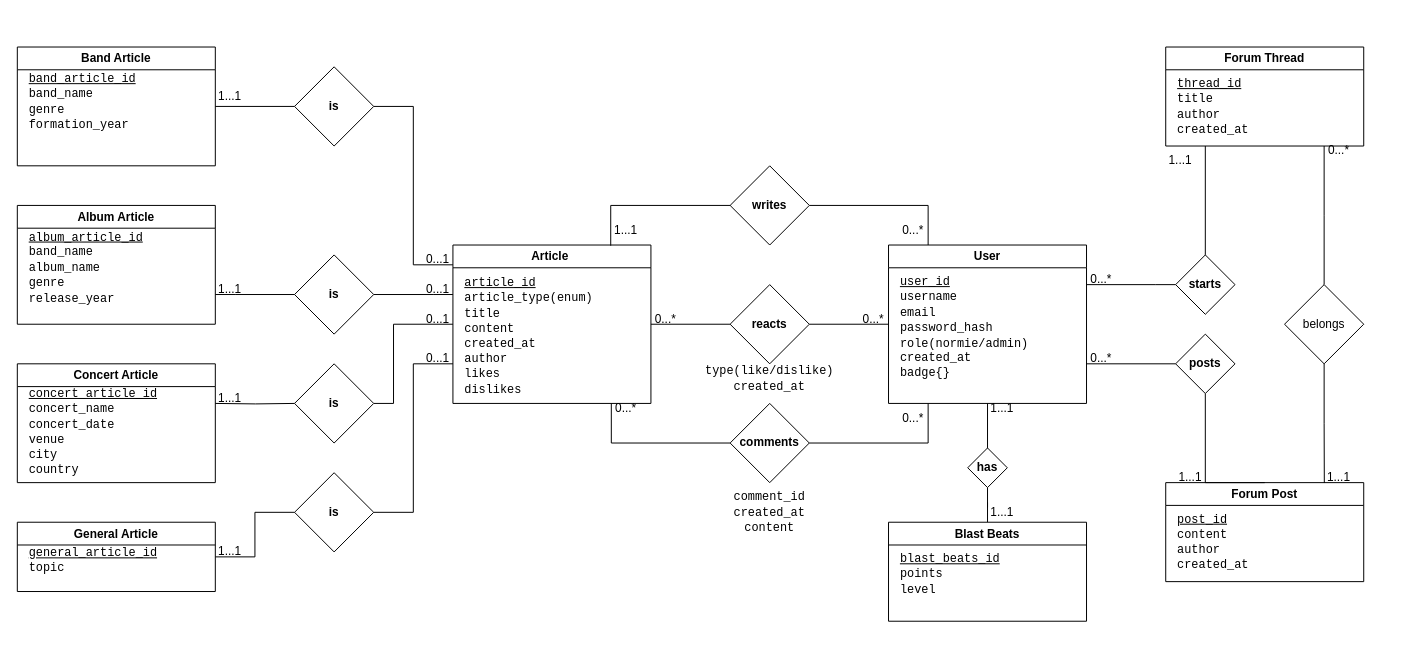
The draw.io diagram MetalVerse_DB/ERD, RS/MetalVerse_ERD.drawio in KaroRD/MetalVerse, before the edit. Source tidied: cells renumbered, new cells numbered last; positions are measured from the earlier drawing's top-left corner, leaving out a move shared by most shapes. Both pictures are drawn from the tidied source at 99%, with x=0, y=0 at pixel (17, 47).
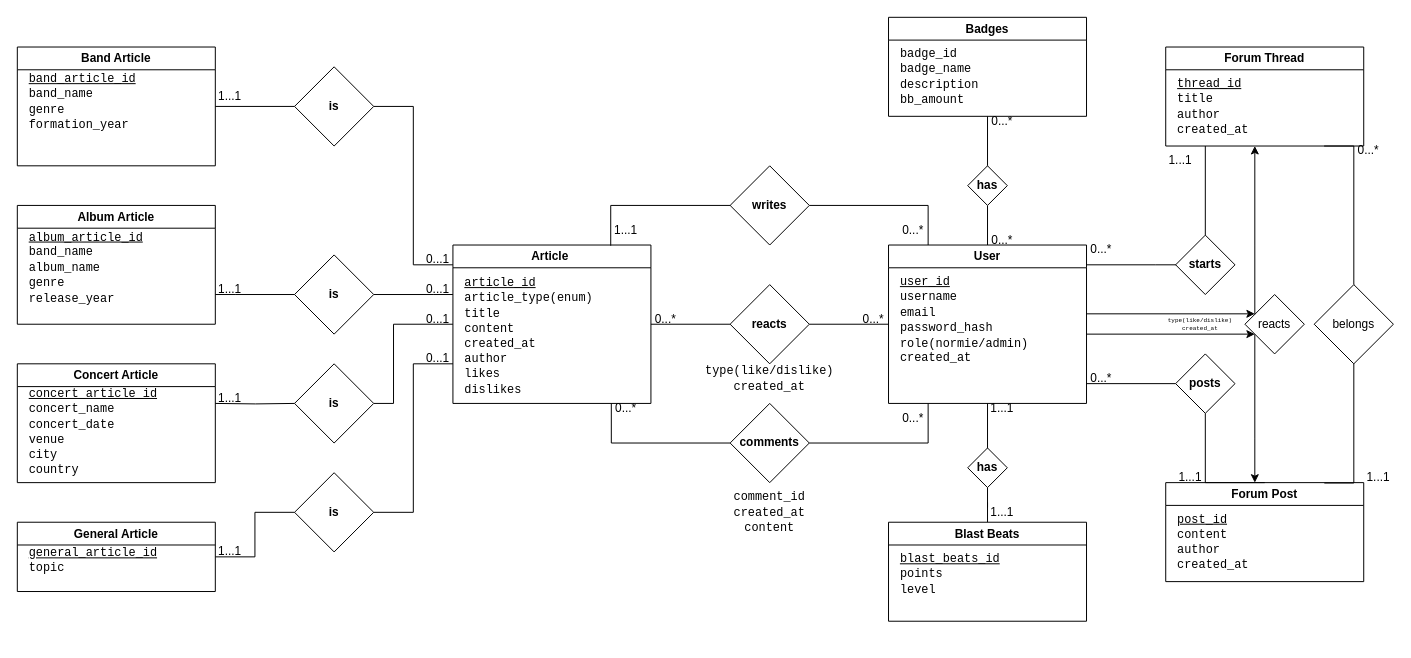
The same page after the edit.

The change refers to these unchanged cells:
```xml
<mxCell id="23" value="User" style="swimlane;whiteSpace=wrap;html=1;" parent="1" vertex="1">
  <mxGeometry x="880" y="200" width="200" height="160" as="geometry" />
</mxCell>
<mxCell id="27" value="Forum Post" style="swimlane;whiteSpace=wrap;html=1;" parent="1" vertex="1">
  <mxGeometry x="1160" y="440" width="200" height="100" as="geometry" />
</mxCell>
```

What changed in the source:
```diff
@@
-    <mxCell id="20" style="edgeStyle=orthogonalEdgeStyle;rounded=0;jettySize=auto;html=1;endArrow=none;startFill=0;" parent="1" edge="1" source="23" target="64">
+    <mxCell id="20" style="edgeStyle=orthogonalEdgeStyle;rounded=0;orthogonalLoop=1;jettySize=auto;html=1;endArrow=none;startFill=0;" parent="1" edge="1">
       <mxGeometry relative="1" as="geometry">
+        <mxPoint x="1080" y="220" as="sourcePoint" />
+        <mxPoint x="1190" y="220" as="targetPoint" />
         <Array as="points">
-          <mxPoint x="1150" y="240" />
-          <mxPoint x="1150" y="240" />
+          <mxPoint x="1150" y="220" />
+          <mxPoint x="1150" y="220" />
         </Array>
       </mxGeometry>
     </mxCell>
     <mxCell id="21" style="rounded=0;jettySize=auto;html=1;endArrow=none;startFill=0;entryX=0;entryY=0.5;entryDx=0;entryDy=0;elbow=vertical;" parent="1" edge="1" target="68">
       <mxGeometry relative="1" as="geometry">
-        <mxPoint x="1080" y="320" as="sourcePoint" />
+        <mxPoint x="1080" y="340" as="sourcePoint" />
       </mxGeometry>
     </mxCell>
@@
+    <mxCell id="82" style="edgeStyle=orthogonalEdgeStyle;rounded=0;jettySize=auto;html=1;endArrow=none;startFill=0;" parent="1" edge="1" source="23" target="85">
+      <mxGeometry relative="1" as="geometry" />
+    </mxCell>
+    <mxCell id="83" style="edgeStyle=orthogonalEdgeStyle;rounded=0;orthogonalLoop=1;jettySize=auto;html=1;" parent="1" edge="1">
+      <mxGeometry relative="1" as="geometry">
+        <mxPoint x="1080" y="290" as="sourcePoint" />
+        <mxPoint x="1250" y="290" as="targetPoint" />
+      </mxGeometry>
+    </mxCell>
@@
-    <mxCell id="24" value="&lt;u&gt;&lt;font face=&quot;monospace&quot;&gt;user_id&lt;br&gt;&lt;/font&gt;&lt;/u&gt;&lt;div&gt;&lt;code&gt;username&lt;br&gt;email&lt;font face=&quot;monospace&quot;&gt;&lt;br&gt;&lt;/font&gt;&lt;/code&gt;&lt;code&gt;password_hash&lt;br&gt;&lt;/code&gt;&lt;code&gt;role(normie/admin)&lt;br&gt;&lt;/code&gt;&lt;font style=&quot;&quot; face=&quot;monospace&quot;&gt;created_at&lt;/font&gt;&lt;/div&gt;&lt;div&gt;&lt;font style=&quot;&quot; face=&quot;monospace&quot;&gt;badge{}&lt;/font&gt;&lt;/div&gt;&lt;div&gt;&lt;font style=&quot;&quot; face=&quot;monospace&quot;&gt;&lt;br&gt;&lt;br&gt;&lt;/font&gt;&lt;/div&gt;" style="text;html=1;align=left;verticalAlign=top;whiteSpace=wrap;rounded=0;" parent="23" vertex="1">
+    <mxCell id="24" value="&lt;u&gt;&lt;font face=&quot;monospace&quot;&gt;user_id&lt;br&gt;&lt;/font&gt;&lt;/u&gt;&lt;div&gt;&lt;code&gt;username&lt;br&gt;email&lt;font face=&quot;monospace&quot;&gt;&lt;br&gt;&lt;/font&gt;&lt;/code&gt;&lt;code&gt;password_hash&lt;br&gt;&lt;/code&gt;&lt;code&gt;role(normie/admin)&lt;br&gt;&lt;/code&gt;&lt;font style=&quot;&quot; face=&quot;monospace&quot;&gt;created_at&lt;/font&gt;&lt;/div&gt;&lt;div&gt;&lt;br&gt;&lt;/div&gt;&lt;div&gt;&lt;font style=&quot;&quot; face=&quot;monospace&quot;&gt;&lt;br&gt;&lt;/font&gt;&lt;/div&gt;" style="text;html=1;align=left;verticalAlign=top;whiteSpace=wrap;rounded=0;" parent="23" vertex="1">
       <mxGeometry x="10" y="22.5" width="180" height="120" as="geometry" />
     </mxCell>
@@
+    <mxCell id="84" style="edgeStyle=orthogonalEdgeStyle;rounded=0;orthogonalLoop=1;jettySize=auto;html=1;" parent="1" edge="1">
+      <mxGeometry relative="1" as="geometry">
+        <mxPoint x="1250" y="290" as="sourcePoint" />
+        <mxPoint x="1250" y="440" as="targetPoint" />
+        <Array as="points">
+          <mxPoint x="1250" y="395" />
+        </Array>
+      </mxGeometry>
+    </mxCell>
@@
     <mxCell id="64" value="starts" style="rhombus;whiteSpace=wrap;html=1;fontStyle=1;startSize=23;" parent="1" vertex="1">
-      <mxGeometry x="1170" y="210" width="60" height="60" as="geometry" />
+      <mxGeometry x="1170" y="190" width="60" height="60" as="geometry" />
     </mxCell>
     <mxCell id="65" value="0...*" style="text;html=1;align=center;verticalAlign=middle;whiteSpace=wrap;rounded=0;" parent="1" vertex="1">
-      <mxGeometry x="1080" y="230" width="30" height="10" as="geometry" />
+      <mxGeometry x="1080" y="200" width="30" height="10" as="geometry" />
     </mxCell>
@@
     <mxCell id="68" value="posts" style="rhombus;whiteSpace=wrap;html=1;fontStyle=1;startSize=23;" parent="1" vertex="1">
-      <mxGeometry x="1170" y="290" width="60" height="60" as="geometry" />
+      <mxGeometry x="1170" y="310" width="60" height="60" as="geometry" />
     </mxCell>
     <mxCell id="69" value="0...*" style="text;html=1;align=center;verticalAlign=middle;whiteSpace=wrap;rounded=0;" parent="1" vertex="1">
-      <mxGeometry x="1080" y="310" width="30" height="10" as="geometry" />
+      <mxGeometry x="1080" y="330" width="30" height="10" as="geometry" />
     </mxCell>
@@
     <mxCell id="77" style="edgeStyle=orthogonalEdgeStyle;rounded=0;jettySize=auto;html=1;endArrow=none;startFill=0;" parent="1" edge="1" source="78">
       <mxGeometry relative="1" as="geometry">
         <mxPoint x="1320" y="100" as="targetPoint" />
+        <Array as="points">
+          <mxPoint x="1350" y="100" />
+        </Array>
       </mxGeometry>
     </mxCell>
     <mxCell id="78" value="belongs" style="rhombus;whiteSpace=wrap;html=1;" parent="1" vertex="1">
-      <mxGeometry x="1280" y="240" width="80" height="80" as="geometry" />
+      <mxGeometry x="1310" y="240" width="80" height="80" as="geometry" />
     </mxCell>
     <mxCell id="79" style="edgeStyle=orthogonalEdgeStyle;rounded=0;jettySize=auto;html=1;entryX=0.801;entryY=0.004;entryDx=0;entryDy=0;entryPerimeter=0;endArrow=none;startFill=0;" parent="1" edge="1" source="78" target="27">
-      <mxGeometry relative="1" as="geometry" />
+      <mxGeometry relative="1" as="geometry">
+        <Array as="points">
+          <mxPoint x="1350" y="440" />
+        </Array>
+      </mxGeometry>
     </mxCell>
     <mxCell id="80" value="1...1" style="text;html=1;align=center;verticalAlign=middle;whiteSpace=wrap;rounded=0;" parent="1" vertex="1">
-      <mxGeometry x="1320" y="430" width="30" height="10" as="geometry" />
+      <mxGeometry x="1360" y="430" width="30" height="10" as="geometry" />
     </mxCell>
     <mxCell id="81" value="0...*" style="text;html=1;align=center;verticalAlign=middle;whiteSpace=wrap;rounded=0;" parent="1" vertex="1">
-      <mxGeometry x="1320" y="100" width="30" height="10" as="geometry" />
+      <mxGeometry x="1350" y="100" width="30" height="10" as="geometry" />
     </mxCell>
+    <mxCell id="85" value="has" style="rhombus;whiteSpace=wrap;html=1;fontStyle=1;startSize=23;" parent="1" vertex="1">
+      <mxGeometry x="960" y="120" width="40" height="40" as="geometry" />
+    </mxCell>
+    <mxCell id="86" style="edgeStyle=orthogonalEdgeStyle;rounded=0;jettySize=auto;html=1;endArrow=none;startFill=0;" parent="1" edge="1" source="87" target="85">
+      <mxGeometry relative="1" as="geometry" />
+    </mxCell>
+    <mxCell id="87" value="Badges" style="swimlane;whiteSpace=wrap;html=1;" parent="1" vertex="1">
+      <mxGeometry x="880" y="-30" width="200" height="100" as="geometry" />
+    </mxCell>
+    <mxCell id="88" value="&lt;div&gt;&lt;font face=&quot;monospace&quot;&gt;badge_id&lt;/font&gt;&lt;/div&gt;&lt;div&gt;&lt;code&gt;badge_name&lt;br&gt;description&lt;br&gt;bb_amount&lt;br&gt;&lt;/code&gt;&lt;br&gt;&lt;/div&gt;&lt;div&gt;&lt;font style=&quot;&quot; face=&quot;monospace&quot;&gt;&lt;br&gt;&lt;br&gt;&lt;/font&gt;&lt;/div&gt;" style="text;html=1;align=left;verticalAlign=top;whiteSpace=wrap;rounded=0;" parent="87" vertex="1">
+      <mxGeometry x="10" y="22.5" width="180" height="67.5" as="geometry" />
+    </mxCell>
+    <mxCell id="89" value="0...*" style="text;html=1;align=center;verticalAlign=middle;whiteSpace=wrap;rounded=0;" parent="1" vertex="1">
+      <mxGeometry x="980" y="190" width="30" height="10" as="geometry" />
+    </mxCell>
+    <mxCell id="90" value="0...*" style="text;html=1;align=center;verticalAlign=middle;whiteSpace=wrap;rounded=0;" parent="1" vertex="1">
+      <mxGeometry x="980" y="70" width="30" height="10" as="geometry" />
+    </mxCell>
+    <mxCell id="91" value="reacts" style="rhombus;whiteSpace=wrap;html=1;" parent="1" vertex="1">
+      <mxGeometry x="1240" y="250" width="60" height="60" as="geometry" />
+    </mxCell>
+    <mxCell id="92" style="edgeStyle=orthogonalEdgeStyle;rounded=0;orthogonalLoop=1;jettySize=auto;html=1;" parent="1" edge="1">
+      <mxGeometry relative="1" as="geometry">
+        <mxPoint x="1080" y="269.5" as="sourcePoint" />
+        <mxPoint x="1250" y="269.5" as="targetPoint" />
+      </mxGeometry>
+    </mxCell>
+    <mxCell id="93" style="edgeStyle=orthogonalEdgeStyle;rounded=0;orthogonalLoop=1;jettySize=auto;html=1;" parent="1" edge="1">
+      <mxGeometry relative="1" as="geometry">
+        <mxPoint x="1250" y="270" as="sourcePoint" />
+        <mxPoint x="1250" y="100" as="targetPoint" />
+        <Array as="points">
+          <mxPoint x="1250" y="200" />
+        </Array>
+      </mxGeometry>
+    </mxCell>
+    <mxCell id="94" value="&lt;span style=&quot;font-family: monospace; text-align: left;&quot;&gt;type(like/dislike)&lt;br&gt;created_at&lt;/span&gt;" style="text;html=1;align=center;verticalAlign=middle;whiteSpace=wrap;rounded=0;fontSize=6;" parent="1" vertex="1">
+      <mxGeometry x="1155" y="270" width="80" height="20" as="geometry" />
+    </mxCell>
```
